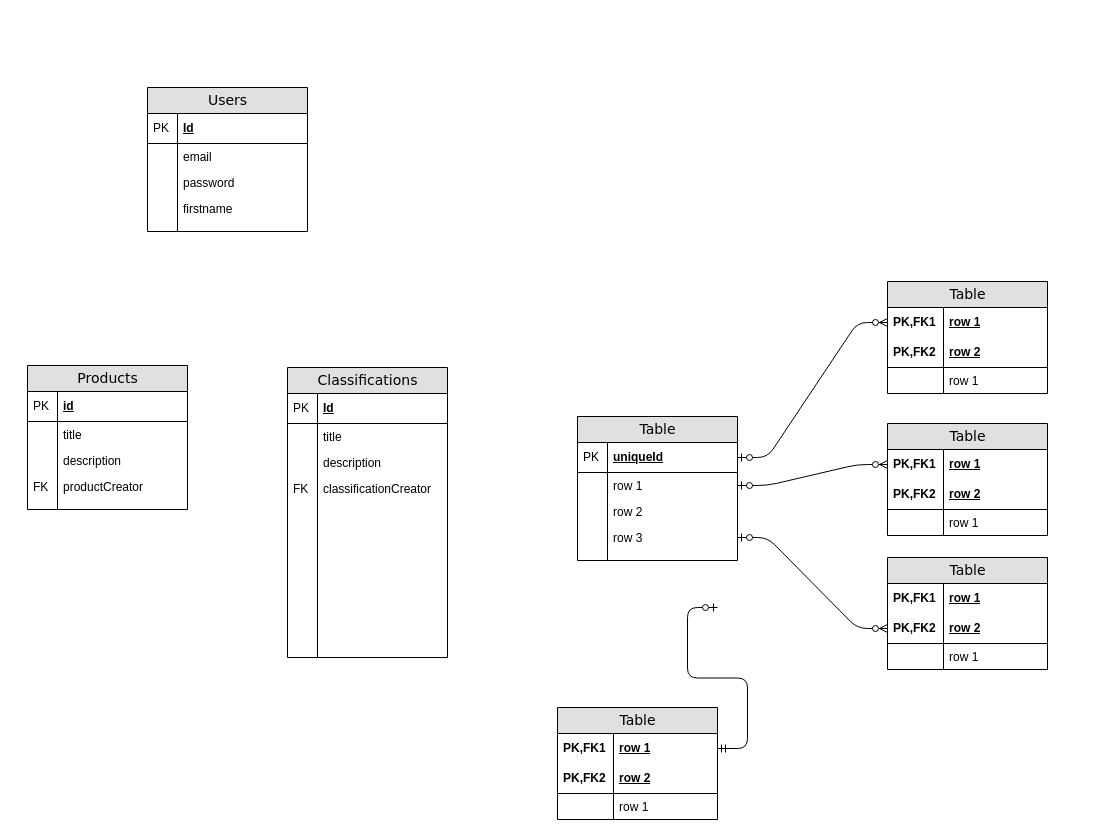
Before: react-course-by-colt-from-sam/bugzilla-entity-relationship.drawio in samuelsalomonv/diagrams, a draw.io diagram. Source tidied: cells renumbered, new cells numbered last; positions are measured from the earlier drawing's top-left corner, leaving out a move shared by most shapes. Both pictures are drawn from the tidied source at 100%, with x=0, y=0 at pixel (27, 87).
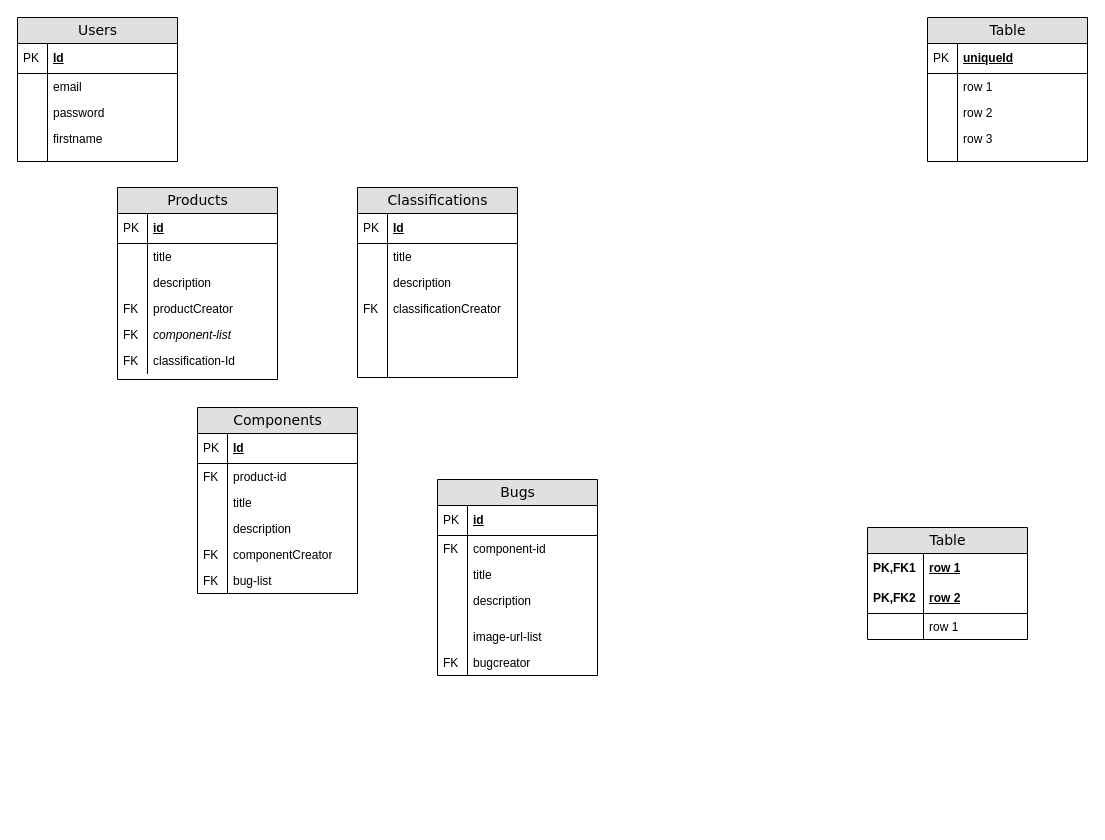
After the change.

The change refers to these unchanged cells:
```xml
<mxCell id="27" value="uniqueId" style="shape=partialRectangle;top=0;left=0;right=0;bottom=1;html=1;align=left;verticalAlign=middle;fillColor=none;spacingLeft=34;spacingRight=4;whiteSpace=wrap;overflow=hidden;points=[[0,0.5],[1,0.5]];portConstraint=eastwest;fontStyle=5;" parent="26" vertex="1">
  <mxGeometry y="26" width="160" height="30" as="geometry" />
</mxCell>
<mxCell id="29" value="row 1" style="shape=partialRectangle;top=0;left=0;right=0;bottom=0;html=1;align=left;verticalAlign=top;fillColor=none;spacingLeft=34;spacingRight=4;whiteSpace=wrap;overflow=hidden;points=[[0,0.5],[1,0.5]];portConstraint=eastwest;" parent="26" vertex="1">
  <mxGeometry y="56" width="160" height="26" as="geometry" />
</mxCell>
<mxCell id="33" value="row 3" style="shape=partialRectangle;top=0;left=0;right=0;bottom=0;html=1;align=left;verticalAlign=top;fillColor=none;spacingLeft=34;spacingRight=4;whiteSpace=wrap;overflow=hidden;points=[[0,0.5],[1,0.5]];portConstraint=eastwest;" parent="26" vertex="1">
  <mxGeometry y="108" width="160" height="26" as="geometry" />
</mxCell>
<mxCell id="45" value="row 1" style="shape=partialRectangle;top=0;left=0;right=0;bottom=0;html=1;align=left;verticalAlign=middle;fillColor=none;spacingLeft=60;spacingRight=4;whiteSpace=wrap;overflow=hidden;points=[[0,0.5],[1,0.5]];portConstraint=eastwest;fontStyle=5;" parent="44" vertex="1">
  <mxGeometry y="26" width="160" height="30" as="geometry" />
</mxCell>
```

Change to the diagram source:
```diff
@@
     <mxCell id="2" value="Users" style="swimlane;html=1;fontStyle=0;horizontal=1;startSize=26;fillColor=#e0e0e0;swimlaneFillColor=#ffffff;align=center;rounded=0;shadow=0;comic=0;labelBackgroundColor=none;strokeWidth=1;fontFamily=Verdana;fontSize=14;swimlaneLine=1;" parent="1" vertex="1">
-      <mxGeometry x="120" width="160" height="144" as="geometry" />
+      <mxGeometry x="-10" y="-70" width="160" height="144" as="geometry" />
     </mxCell>
@@
     <mxCell id="13" value="Classifications" style="swimlane;html=1;fontStyle=0;horizontal=1;startSize=26;fillColor=#e0e0e0;swimlaneFillColor=#ffffff;align=center;rounded=0;shadow=0;comic=0;labelBackgroundColor=none;strokeWidth=1;fontFamily=Verdana;fontSize=14;" parent="1" vertex="1">
-      <mxGeometry x="260" y="280" width="160" height="290" as="geometry" />
+      <mxGeometry x="330" y="100" width="160" height="190" as="geometry" />
     </mxCell>
@@
     <mxCell id="22" style="shape=partialRectangle;top=0;left=0;right=0;bottom=0;html=1;align=left;verticalAlign=top;fillColor=none;spacingLeft=34;spacingRight=4;whiteSpace=wrap;overflow=hidden;" parent="13" vertex="1">
-      <mxGeometry y="134" width="160" height="136" as="geometry" />
+      <mxGeometry y="134" width="160" height="36" as="geometry" />
     </mxCell>
     <mxCell id="23" style="shape=partialRectangle;top=0;left=0;bottom=0;html=1;fillColor=none;align=left;verticalAlign=top;spacingLeft=4;spacingRight=4;whiteSpace=wrap;overflow=hidden;" parent="22" vertex="1">
-      <mxGeometry width="30" height="136" as="geometry" />
+      <mxGeometry width="30" height="36" as="geometry" />
     </mxCell>
     <mxCell id="24" style="shape=partialRectangle;top=0;left=0;right=0;bottom=0;html=1;align=left;verticalAlign=top;fillColor=none;spacingLeft=34;spacingRight=4;whiteSpace=wrap;overflow=hidden;" parent="13" vertex="1">
-      <mxGeometry y="270" width="160" height="20" as="geometry" />
+      <mxGeometry y="170" width="160" height="20" as="geometry" />
     </mxCell>
@@
     <mxCell id="26" value="Table" style="swimlane;html=1;fontStyle=0;horizontal=1;startSize=26;fillColor=#e0e0e0;swimlaneFillColor=#ffffff;align=center;rounded=0;shadow=0;comic=0;labelBackgroundColor=none;strokeWidth=1;fontFamily=Verdana;fontSize=14;" parent="1" vertex="1">
-      <mxGeometry x="550" y="329" width="160" height="144" as="geometry" />
+      <mxGeometry x="900" y="-70" width="160" height="144" as="geometry" />
     </mxCell>
@@
-    <mxCell id="37" value="Table" style="swimlane;html=1;fontStyle=0;horizontal=1;startSize=26;fillColor=#e0e0e0;swimlaneFillColor=#ffffff;align=center;rounded=0;shadow=0;comic=0;labelBackgroundColor=none;strokeWidth=1;fontFamily=Verdana;fontSize=14;" parent="1" vertex="1">
-      <mxGeometry x="860" y="194" width="160" height="112" as="geometry" />
-    </mxCell>
-    <mxCell id="38" value="row 1" style="shape=partialRectangle;top=0;left=0;right=0;bottom=0;html=1;align=left;verticalAlign=middle;fillColor=none;spacingLeft=60;spacingRight=4;whiteSpace=wrap;overflow=hidden;points=[[0,0.5],[1,0.5]];portConstraint=eastwest;fontStyle=5;" parent="37" vertex="1">
-      <mxGeometry y="26" width="160" height="30" as="geometry" />
-    </mxCell>
-    <mxCell id="39" value="PK,FK1" style="shape=partialRectangle;fontStyle=1;top=0;left=0;bottom=0;html=1;fillColor=none;align=left;verticalAlign=middle;spacingLeft=4;spacingRight=4;whiteSpace=wrap;overflow=hidden;" parent="38" vertex="1">
-      <mxGeometry width="56" height="30" as="geometry" />
-    </mxCell>
-    <mxCell id="40" value="row 2" style="shape=partialRectangle;top=0;left=0;right=0;bottom=1;html=1;align=left;verticalAlign=middle;fillColor=none;spacingLeft=60;spacingRight=4;whiteSpace=wrap;overflow=hidden;fontStyle=5;" parent="37" vertex="1">
-      <mxGeometry y="56" width="160" height="30" as="geometry" />
-    </mxCell>
-    <mxCell id="41" value="PK,FK2" style="shape=partialRectangle;fontStyle=1;top=0;left=0;bottom=0;html=1;fillColor=none;align=left;verticalAlign=middle;spacingLeft=4;spacingRight=4;whiteSpace=wrap;overflow=hidden;" parent="40" vertex="1">
-      <mxGeometry width="56" height="30" as="geometry" />
-    </mxCell>
-    <mxCell id="42" value="row 1" style="shape=partialRectangle;top=0;left=0;right=0;bottom=0;html=1;align=left;verticalAlign=top;fillColor=none;spacingLeft=60;spacingRight=4;whiteSpace=wrap;overflow=hidden;" parent="37" vertex="1">
-      <mxGeometry y="86" width="160" height="26" as="geometry" />
-    </mxCell>
-    <mxCell id="43" style="shape=partialRectangle;top=0;left=0;bottom=0;html=1;fillColor=none;align=left;verticalAlign=top;spacingLeft=4;spacingRight=4;whiteSpace=wrap;overflow=hidden;" parent="42" vertex="1">
-      <mxGeometry width="56" height="26" as="geometry" />
-    </mxCell>
     <mxCell id="44" value="Table" style="swimlane;html=1;fontStyle=0;horizontal=1;startSize=26;fillColor=#e0e0e0;swimlaneFillColor=#ffffff;align=center;rounded=0;shadow=0;comic=0;labelBackgroundColor=none;strokeWidth=1;fontFamily=Verdana;fontSize=14;" parent="1" vertex="1">
-      <mxGeometry x="530" y="620" width="160" height="112" as="geometry" />
+      <mxGeometry x="840" y="440" width="160" height="112" as="geometry" />
     </mxCell>
@@
-    <mxCell id="51" style="edgeStyle=entityRelationEdgeStyle;html=1;endArrow=ERzeroToOne;startArrow=ERmandOne;labelBackgroundColor=none;fontFamily=Verdana;fontSize=14;exitX=1;exitY=0.5;entryX=0;entryY=0.5;" parent="1" edge="1" source="45">
-      <mxGeometry relative="1" as="geometry">
-        <mxPoint x="690" y="520" as="targetPoint" />
-      </mxGeometry>
-    </mxCell>
-    <mxCell id="52" style="edgeStyle=entityRelationEdgeStyle;html=1;endArrow=ERzeroToMany;startArrow=ERzeroToOne;labelBackgroundColor=none;fontFamily=Verdana;fontSize=14;entryX=0;entryY=0.5;exitX=1;exitY=0.5;" parent="1" edge="1" source="27" target="38">
-      <mxGeometry relative="1" as="geometry" />
-    </mxCell>
-    <mxCell id="53" value="Table" style="swimlane;html=1;fontStyle=0;horizontal=1;startSize=26;fillColor=#e0e0e0;swimlaneFillColor=#ffffff;align=center;rounded=0;shadow=0;comic=0;labelBackgroundColor=none;strokeWidth=1;fontFamily=Verdana;fontSize=14;" parent="1" vertex="1">
-      <mxGeometry x="860" y="336" width="160" height="112" as="geometry" />
-    </mxCell>
-    <mxCell id="54" value="row 1" style="shape=partialRectangle;top=0;left=0;right=0;bottom=0;html=1;align=left;verticalAlign=middle;fillColor=none;spacingLeft=60;spacingRight=4;whiteSpace=wrap;overflow=hidden;points=[[0,0.5],[1,0.5]];portConstraint=eastwest;fontStyle=5;" parent="53" vertex="1">
-      <mxGeometry y="26" width="160" height="30" as="geometry" />
-    </mxCell>
-    <mxCell id="55" value="PK,FK1" style="shape=partialRectangle;fontStyle=1;top=0;left=0;bottom=0;html=1;fillColor=none;align=left;verticalAlign=middle;spacingLeft=4;spacingRight=4;whiteSpace=wrap;overflow=hidden;" parent="54" vertex="1">
-      <mxGeometry width="56" height="30" as="geometry" />
-    </mxCell>
-    <mxCell id="56" value="row 2" style="shape=partialRectangle;top=0;left=0;right=0;bottom=1;html=1;align=left;verticalAlign=middle;fillColor=none;spacingLeft=60;spacingRight=4;whiteSpace=wrap;overflow=hidden;fontStyle=5;" parent="53" vertex="1">
-      <mxGeometry y="56" width="160" height="30" as="geometry" />
-    </mxCell>
-    <mxCell id="57" value="PK,FK2" style="shape=partialRectangle;fontStyle=1;top=0;left=0;bottom=0;html=1;fillColor=none;align=left;verticalAlign=middle;spacingLeft=4;spacingRight=4;whiteSpace=wrap;overflow=hidden;" parent="56" vertex="1">
-      <mxGeometry width="56" height="30" as="geometry" />
-    </mxCell>
-    <mxCell id="58" value="row 1" style="shape=partialRectangle;top=0;left=0;right=0;bottom=0;html=1;align=left;verticalAlign=top;fillColor=none;spacingLeft=60;spacingRight=4;whiteSpace=wrap;overflow=hidden;" parent="53" vertex="1">
-      <mxGeometry y="86" width="160" height="26" as="geometry" />
-    </mxCell>
-    <mxCell id="59" style="shape=partialRectangle;top=0;left=0;bottom=0;html=1;fillColor=none;align=left;verticalAlign=top;spacingLeft=4;spacingRight=4;whiteSpace=wrap;overflow=hidden;" parent="58" vertex="1">
-      <mxGeometry width="56" height="26" as="geometry" />
-    </mxCell>
-    <mxCell id="60" value="Table" style="swimlane;html=1;fontStyle=0;horizontal=1;startSize=26;fillColor=#e0e0e0;swimlaneFillColor=#ffffff;align=center;rounded=0;shadow=0;comic=0;labelBackgroundColor=none;strokeWidth=1;fontFamily=Verdana;fontSize=14;" parent="1" vertex="1">
-      <mxGeometry x="860" y="470" width="160" height="112" as="geometry" />
-    </mxCell>
-    <mxCell id="61" value="row 1" style="shape=partialRectangle;top=0;left=0;right=0;bottom=0;html=1;align=left;verticalAlign=middle;fillColor=none;spacingLeft=60;spacingRight=4;whiteSpace=wrap;overflow=hidden;fontStyle=5;" parent="60" vertex="1">
-      <mxGeometry y="26" width="160" height="30" as="geometry" />
-    </mxCell>
-    <mxCell id="62" value="PK,FK1" style="shape=partialRectangle;fontStyle=1;top=0;left=0;bottom=0;html=1;fillColor=none;align=left;verticalAlign=middle;spacingLeft=4;spacingRight=4;whiteSpace=wrap;overflow=hidden;" parent="61" vertex="1">
-      <mxGeometry width="56" height="30" as="geometry" />
-    </mxCell>
-    <mxCell id="63" value="row 2" style="shape=partialRectangle;top=0;left=0;right=0;bottom=1;html=1;align=left;verticalAlign=middle;fillColor=none;spacingLeft=60;spacingRight=4;whiteSpace=wrap;overflow=hidden;points=[[0,0.5],[1,0.5]];portConstraint=eastwest;fontStyle=5;" parent="60" vertex="1">
-      <mxGeometry y="56" width="160" height="30" as="geometry" />
-    </mxCell>
-    <mxCell id="64" value="PK,FK2" style="shape=partialRectangle;fontStyle=1;top=0;left=0;bottom=0;html=1;fillColor=none;align=left;verticalAlign=middle;spacingLeft=4;spacingRight=4;whiteSpace=wrap;overflow=hidden;" parent="63" vertex="1">
-      <mxGeometry width="56" height="30" as="geometry" />
-    </mxCell>
-    <mxCell id="65" value="row 1" style="shape=partialRectangle;top=0;left=0;right=0;bottom=0;html=1;align=left;verticalAlign=top;fillColor=none;spacingLeft=60;spacingRight=4;whiteSpace=wrap;overflow=hidden;" parent="60" vertex="1">
-      <mxGeometry y="86" width="160" height="26" as="geometry" />
-    </mxCell>
-    <mxCell id="66" style="shape=partialRectangle;top=0;left=0;bottom=0;html=1;fillColor=none;align=left;verticalAlign=top;spacingLeft=4;spacingRight=4;whiteSpace=wrap;overflow=hidden;" parent="65" vertex="1">
-      <mxGeometry width="56" height="26" as="geometry" />
-    </mxCell>
-    <mxCell id="67" style="edgeStyle=entityRelationEdgeStyle;html=1;endArrow=ERzeroToMany;startArrow=ERzeroToOne;labelBackgroundColor=none;fontFamily=Verdana;fontSize=14;entryX=0;entryY=0.5;exitX=1;exitY=0.5;" parent="1" edge="1" source="29" target="54">
-      <mxGeometry relative="1" as="geometry" />
-    </mxCell>
-    <mxCell id="68" style="edgeStyle=entityRelationEdgeStyle;html=1;endArrow=ERzeroToMany;startArrow=ERzeroToOne;labelBackgroundColor=none;fontFamily=Verdana;fontSize=14;entryX=0;entryY=0.5;exitX=1;exitY=0.5;" parent="1" edge="1" source="33" target="63">
-      <mxGeometry relative="1" as="geometry" />
-    </mxCell>
     <mxCell id="69" value="Products" style="swimlane;html=1;fontStyle=0;horizontal=1;startSize=26;fillColor=#e0e0e0;swimlaneFillColor=#ffffff;align=center;rounded=0;shadow=0;comic=0;labelBackgroundColor=none;strokeWidth=1;fontFamily=Verdana;fontSize=14;" parent="1" vertex="1">
-      <mxGeometry y="278" width="160" height="144" as="geometry" />
+      <mxGeometry x="90" y="100" width="160" height="192" as="geometry" />
     </mxCell>
@@
-    <mxCell id="78" style="shape=partialRectangle;top=0;left=0;right=0;bottom=0;html=1;align=left;verticalAlign=top;fillColor=none;spacingLeft=34;spacingRight=4;whiteSpace=wrap;overflow=hidden;" parent="69" vertex="1">
-      <mxGeometry y="134" width="160" height="10" as="geometry" />
+    <mxCell id="78" value="&lt;i&gt;component-list&lt;/i&gt;" style="shape=partialRectangle;top=0;left=0;right=0;bottom=0;html=1;align=left;verticalAlign=top;fillColor=none;spacingLeft=34;spacingRight=4;whiteSpace=wrap;overflow=hidden;" parent="69" vertex="1">
+      <mxGeometry y="134" width="160" height="26" as="geometry" />
     </mxCell>
-    <mxCell id="79" style="shape=partialRectangle;top=0;left=0;bottom=0;html=1;fillColor=none;align=left;verticalAlign=top;spacingLeft=4;spacingRight=4;whiteSpace=wrap;overflow=hidden;" parent="78" vertex="1">
-      <mxGeometry width="30" height="10" as="geometry" />
+    <mxCell id="79" value="FK" style="shape=partialRectangle;top=0;left=0;bottom=0;html=1;fillColor=none;align=left;verticalAlign=top;spacingLeft=4;spacingRight=4;whiteSpace=wrap;overflow=hidden;" parent="78" vertex="1">
+      <mxGeometry width="30" height="26" as="geometry" />
     </mxCell>
+    <mxCell id="80" value="classification-&lt;span style=&quot;background-color: transparent; color: light-dark(rgb(0, 0, 0), rgb(255, 255, 255));&quot;&gt;Id&lt;/span&gt;" style="shape=partialRectangle;top=0;left=0;right=0;bottom=0;html=1;align=left;verticalAlign=top;fillColor=none;spacingLeft=34;spacingRight=4;whiteSpace=wrap;overflow=hidden;" parent="69" vertex="1">
+      <mxGeometry y="160" width="160" height="26" as="geometry" />
+    </mxCell>
+    <mxCell id="81" value="FK" style="shape=partialRectangle;top=0;left=0;bottom=0;html=1;fillColor=none;align=left;verticalAlign=top;spacingLeft=4;spacingRight=4;whiteSpace=wrap;overflow=hidden;" parent="80" vertex="1">
+      <mxGeometry width="30" height="26" as="geometry" />
+    </mxCell>
+    <mxCell id="82" value="Components" style="swimlane;html=1;fontStyle=0;horizontal=1;startSize=26;fillColor=#e0e0e0;swimlaneFillColor=#ffffff;align=center;rounded=0;shadow=0;comic=0;labelBackgroundColor=none;strokeWidth=1;fontFamily=Verdana;fontSize=14;" parent="1" vertex="1">
+      <mxGeometry x="170" y="320" width="160" height="186" as="geometry" />
+    </mxCell>
+    <mxCell id="83" value="Id" style="shape=partialRectangle;top=0;left=0;right=0;bottom=1;html=1;align=left;verticalAlign=middle;fillColor=none;spacingLeft=34;spacingRight=4;whiteSpace=wrap;overflow=hidden;fontStyle=5;" parent="82" vertex="1">
+      <mxGeometry y="26" width="160" height="30" as="geometry" />
+    </mxCell>
+    <mxCell id="84" value="PK" style="shape=partialRectangle;top=0;left=0;bottom=0;html=1;fillColor=none;align=left;verticalAlign=middle;spacingLeft=4;spacingRight=4;whiteSpace=wrap;overflow=hidden;" parent="83" vertex="1">
+      <mxGeometry width="30" height="30" as="geometry" />
+    </mxCell>
+    <mxCell id="85" value="product-id" style="shape=partialRectangle;top=0;left=0;right=0;bottom=0;html=1;align=left;verticalAlign=top;fillColor=none;spacingLeft=34;spacingRight=4;whiteSpace=wrap;overflow=hidden;" parent="82" vertex="1">
+      <mxGeometry y="56" width="160" height="26" as="geometry" />
+    </mxCell>
+    <mxCell id="86" value="FK" style="shape=partialRectangle;top=0;left=0;bottom=0;html=1;fillColor=none;align=left;verticalAlign=top;spacingLeft=4;spacingRight=4;whiteSpace=wrap;overflow=hidden;" parent="85" vertex="1">
+      <mxGeometry width="30" height="26" as="geometry" />
+    </mxCell>
+    <mxCell id="87" value="title" style="shape=partialRectangle;top=0;left=0;right=0;bottom=0;html=1;align=left;verticalAlign=top;fillColor=none;spacingLeft=34;spacingRight=4;whiteSpace=wrap;overflow=hidden;" parent="82" vertex="1">
+      <mxGeometry y="82" width="160" height="26" as="geometry" />
+    </mxCell>
+    <mxCell id="88" style="shape=partialRectangle;top=0;left=0;bottom=0;html=1;fillColor=none;align=left;verticalAlign=top;spacingLeft=4;spacingRight=4;whiteSpace=wrap;overflow=hidden;" parent="87" vertex="1">
+      <mxGeometry width="30" height="26" as="geometry" />
+    </mxCell>
+    <mxCell id="89" value="description" style="shape=partialRectangle;top=0;left=0;right=0;bottom=0;html=1;align=left;verticalAlign=top;fillColor=none;spacingLeft=34;spacingRight=4;whiteSpace=wrap;overflow=hidden;" parent="82" vertex="1">
+      <mxGeometry y="108" width="160" height="26" as="geometry" />
+    </mxCell>
+    <mxCell id="90" style="shape=partialRectangle;top=0;left=0;bottom=0;html=1;fillColor=none;align=left;verticalAlign=top;spacingLeft=4;spacingRight=4;whiteSpace=wrap;overflow=hidden;" parent="89" vertex="1">
+      <mxGeometry width="30" height="26" as="geometry" />
+    </mxCell>
+    <mxCell id="91" value="componentCreator" style="shape=partialRectangle;top=0;left=0;right=0;bottom=0;html=1;align=left;verticalAlign=top;fillColor=none;spacingLeft=34;spacingRight=4;whiteSpace=wrap;overflow=hidden;" parent="82" vertex="1">
+      <mxGeometry y="134" width="160" height="26" as="geometry" />
+    </mxCell>
+    <mxCell id="92" value="FK" style="shape=partialRectangle;top=0;left=0;bottom=0;html=1;fillColor=none;align=left;verticalAlign=top;spacingLeft=4;spacingRight=4;whiteSpace=wrap;overflow=hidden;" parent="91" vertex="1">
+      <mxGeometry width="30" height="26" as="geometry" />
+    </mxCell>
+    <mxCell id="93" value="bug-list" style="shape=partialRectangle;top=0;left=0;right=0;bottom=0;html=1;align=left;verticalAlign=top;fillColor=none;spacingLeft=34;spacingRight=4;whiteSpace=wrap;overflow=hidden;" parent="82" vertex="1">
+      <mxGeometry y="160" width="160" height="26" as="geometry" />
+    </mxCell>
+    <mxCell id="94" value="FK" style="shape=partialRectangle;top=0;left=0;bottom=0;html=1;fillColor=none;align=left;verticalAlign=top;spacingLeft=4;spacingRight=4;whiteSpace=wrap;overflow=hidden;" parent="93" vertex="1">
+      <mxGeometry width="30" height="26" as="geometry" />
+    </mxCell>
+    <mxCell id="95" value="Bugs" style="swimlane;html=1;fontStyle=0;horizontal=1;startSize=26;fillColor=#e0e0e0;swimlaneFillColor=#ffffff;align=center;rounded=0;shadow=0;comic=0;labelBackgroundColor=none;strokeWidth=1;fontFamily=Verdana;fontSize=14;" parent="1" vertex="1">
+      <mxGeometry x="410" y="392" width="160" height="196" as="geometry" />
+    </mxCell>
+    <mxCell id="96" value="id" style="shape=partialRectangle;top=0;left=0;right=0;bottom=1;html=1;align=left;verticalAlign=middle;fillColor=none;spacingLeft=34;spacingRight=4;whiteSpace=wrap;overflow=hidden;fontStyle=5;" parent="95" vertex="1">
+      <mxGeometry y="26" width="160" height="30" as="geometry" />
+    </mxCell>
+    <mxCell id="97" value="PK" style="shape=partialRectangle;top=0;left=0;bottom=0;html=1;fillColor=none;align=left;verticalAlign=middle;spacingLeft=4;spacingRight=4;whiteSpace=wrap;overflow=hidden;" parent="96" vertex="1">
+      <mxGeometry width="30" height="30" as="geometry" />
+    </mxCell>
+    <mxCell id="98" value="component-id" style="shape=partialRectangle;top=0;left=0;right=0;bottom=0;html=1;align=left;verticalAlign=top;fillColor=none;spacingLeft=34;spacingRight=4;whiteSpace=wrap;overflow=hidden;" parent="95" vertex="1">
+      <mxGeometry y="56" width="160" height="26" as="geometry" />
+    </mxCell>
+    <mxCell id="99" value="FK" style="shape=partialRectangle;top=0;left=0;bottom=0;html=1;fillColor=none;align=left;verticalAlign=top;spacingLeft=4;spacingRight=4;whiteSpace=wrap;overflow=hidden;" parent="98" vertex="1">
+      <mxGeometry width="30" height="26" as="geometry" />
+    </mxCell>
+    <mxCell id="100" value="title" style="shape=partialRectangle;top=0;left=0;right=0;bottom=0;html=1;align=left;verticalAlign=top;fillColor=none;spacingLeft=34;spacingRight=4;whiteSpace=wrap;overflow=hidden;" parent="95" vertex="1">
+      <mxGeometry y="82" width="160" height="26" as="geometry" />
+    </mxCell>
+    <mxCell id="101" style="shape=partialRectangle;top=0;left=0;bottom=0;html=1;fillColor=none;align=left;verticalAlign=top;spacingLeft=4;spacingRight=4;whiteSpace=wrap;overflow=hidden;" parent="100" vertex="1">
+      <mxGeometry width="30" height="26" as="geometry" />
+    </mxCell>
+    <mxCell id="102" value="description" style="shape=partialRectangle;top=0;left=0;right=0;bottom=0;html=1;align=left;verticalAlign=top;fillColor=none;spacingLeft=34;spacingRight=4;whiteSpace=wrap;overflow=hidden;" parent="95" vertex="1">
+      <mxGeometry y="108" width="160" height="26" as="geometry" />
+    </mxCell>
+    <mxCell id="103" style="shape=partialRectangle;top=0;left=0;bottom=0;html=1;fillColor=none;align=left;verticalAlign=top;spacingLeft=4;spacingRight=4;whiteSpace=wrap;overflow=hidden;" parent="102" vertex="1">
+      <mxGeometry width="30" height="26" as="geometry" />
+    </mxCell>
+    <mxCell id="104" style="shape=partialRectangle;top=0;left=0;right=0;bottom=0;html=1;align=left;verticalAlign=top;fillColor=none;spacingLeft=34;spacingRight=4;whiteSpace=wrap;overflow=hidden;" parent="95" vertex="1">
+      <mxGeometry y="134" width="160" height="10" as="geometry" />
+    </mxCell>
+    <mxCell id="105" style="shape=partialRectangle;top=0;left=0;bottom=0;html=1;fillColor=none;align=left;verticalAlign=top;spacingLeft=4;spacingRight=4;whiteSpace=wrap;overflow=hidden;" parent="104" vertex="1">
+      <mxGeometry width="30" height="10" as="geometry" />
+    </mxCell>
+    <mxCell id="106" value="image-url-list" style="shape=partialRectangle;top=0;left=0;right=0;bottom=0;html=1;align=left;verticalAlign=top;fillColor=none;spacingLeft=34;spacingRight=4;whiteSpace=wrap;overflow=hidden;" parent="95" vertex="1">
+      <mxGeometry y="144" width="160" height="26" as="geometry" />
+    </mxCell>
+    <mxCell id="107" style="shape=partialRectangle;top=0;left=0;bottom=0;html=1;fillColor=none;align=left;verticalAlign=top;spacingLeft=4;spacingRight=4;whiteSpace=wrap;overflow=hidden;" parent="106" vertex="1">
+      <mxGeometry width="30" height="26" as="geometry" />
+    </mxCell>
+    <mxCell id="108" value="bugcreator" style="shape=partialRectangle;top=0;left=0;right=0;bottom=0;html=1;align=left;verticalAlign=top;fillColor=none;spacingLeft=34;spacingRight=4;whiteSpace=wrap;overflow=hidden;" parent="95" vertex="1">
+      <mxGeometry y="170" width="160" height="26" as="geometry" />
+    </mxCell>
+    <mxCell id="109" value="FK" style="shape=partialRectangle;top=0;left=0;bottom=0;html=1;fillColor=none;align=left;verticalAlign=top;spacingLeft=4;spacingRight=4;whiteSpace=wrap;overflow=hidden;" parent="108" vertex="1">
+      <mxGeometry width="30" height="26" as="geometry" />
+    </mxCell>
```
